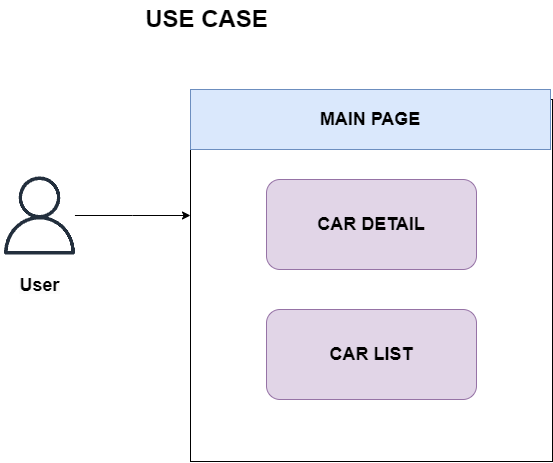
Earlier version of the draw.io export assets/CU.png (Tip-Grupo-6/kuruma-docs). Source tidied: cells renumbered, new cells last; positions are measured from the earlier drawing's top-left corner, leaving out a move shared by most shapes.
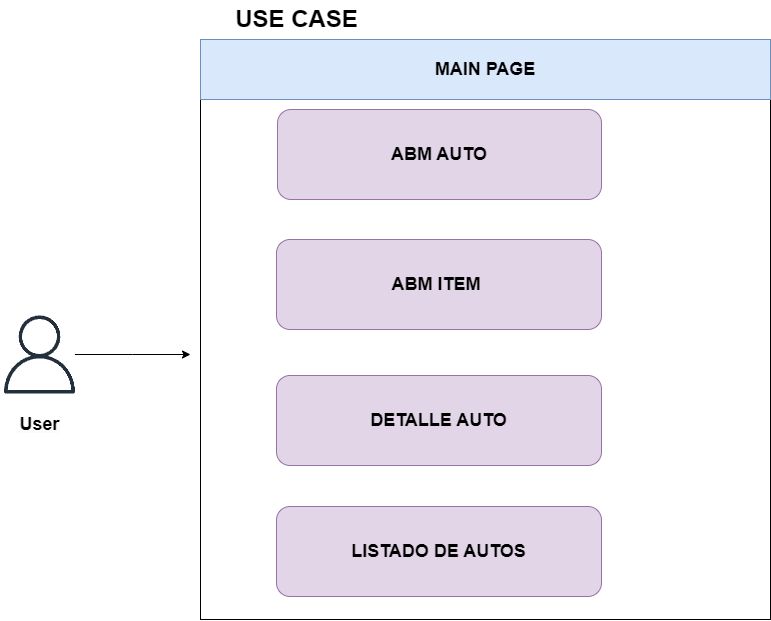
After the commit.

Commit message:
Update use cases and UMLÃ (#1)

What changed in the source:
```diff
@@ -16,23 +16,29 @@
     </mxCell>
     <mxCell id="4" style="edgeStyle=orthogonalEdgeStyle;rounded=0;jettySize=auto;html=1;" parent="1" edge="1" source="5">
       <mxGeometry relative="1" as="geometry">
-        <mxPoint x="190" y="216" as="targetPoint" />
+        <mxPoint x="100" y="355" as="targetPoint" />
       </mxGeometry>
     </mxCell>
     <mxCell id="5" value="&#10;&lt;b style=&quot;border-color: var(--border-color); color: rgb(0, 0, 0); font-family: Helvetica; font-size: 12px; font-style: normal; font-variant-ligatures: normal; font-variant-caps: normal; letter-spacing: normal; orphans: 2; text-indent: 0px; text-transform: none; widows: 2; word-spacing: 0px; -webkit-text-stroke-width: 0px; text-decoration-thickness: initial; text-decoration-style: initial; text-decoration-color: initial; text-align: center; background-color: rgb(251, 251, 251);&quot;&gt;&lt;font style=&quot;border-color: var(--border-color); font-size: 18px;&quot;&gt;User&lt;/font&gt;&lt;/b&gt;&#10;&#10;" style="sketch=0;outlineConnect=0;fontColor=#232F3E;gradientColor=none;fillColor=#232F3D;strokeColor=none;dashed=0;verticalLabelPosition=bottom;verticalAlign=top;align=center;html=1;fontSize=12;fontStyle=0;shape=mxgraph.aws4.user;" parent="1" vertex="1">
-      <mxGeometry y="177" width="78" height="78" as="geometry" />
+      <mxGeometry x="-90" y="316" width="78" height="78" as="geometry" />
     </mxCell>
     <mxCell id="6" style="whiteSpace=wrap;html=1;" parent="1" vertex="1">
-      <mxGeometry x="190" y="100" width="362" height="362" as="geometry" />
+      <mxGeometry x="110" y="50" width="570" height="570" as="geometry" />
     </mxCell>
     <mxCell id="7" value="&lt;b&gt;&lt;font style=&quot;font-size: 18px;&quot;&gt;MAIN PAGE&lt;/font&gt;&lt;/b&gt;" style="rounded=0;whiteSpace=wrap;html=1;fillColor=#dae8fc;strokeColor=#6c8ebf;" parent="1" vertex="1">
-      <mxGeometry x="190" y="90" width="360" height="60" as="geometry" />
+      <mxGeometry x="110" y="40" width="570" height="60" as="geometry" />
     </mxCell>
-    <mxCell id="8" value="&lt;b&gt;&lt;font style=&quot;font-size: 18px;&quot;&gt;CAR DETAIL&lt;/font&gt;&lt;/b&gt;" style="rounded=1;whiteSpace=wrap;html=1;fillColor=#e1d5e7;strokeColor=#9673a6;" parent="1" vertex="1">
-      <mxGeometry x="266" y="180" width="210" height="90" as="geometry" />
+    <mxCell id="8" value="&lt;b&gt;&lt;font style=&quot;font-size: 18px;&quot;&gt;DETALLE AUTO&lt;/font&gt;&lt;/b&gt;" style="rounded=1;whiteSpace=wrap;html=1;fillColor=#e1d5e7;strokeColor=#9673a6;" parent="1" vertex="1">
+      <mxGeometry x="186" y="376" width="325" height="90" as="geometry" />
     </mxCell>
-    <mxCell id="9" value="&lt;span style=&quot;font-size: 18px;&quot;&gt;&lt;b&gt;CAR LIST&lt;/b&gt;&lt;/span&gt;" style="rounded=1;whiteSpace=wrap;html=1;fillColor=#e1d5e7;strokeColor=#9673a6;" parent="1" vertex="1">
-      <mxGeometry x="266" y="310" width="210" height="90" as="geometry" />
+    <mxCell id="9" value="&lt;span style=&quot;font-size: 18px;&quot;&gt;&lt;b&gt;LISTADO DE AUTOS&lt;/b&gt;&lt;/span&gt;" style="rounded=1;whiteSpace=wrap;html=1;fillColor=#e1d5e7;strokeColor=#9673a6;" parent="1" vertex="1">
+      <mxGeometry x="186" y="507" width="325" height="90" as="geometry" />
     </mxCell>
+    <mxCell id="10" value="&lt;span style=&quot;font-size: 18px;&quot;&gt;&lt;b&gt;ABM AUTO&lt;/b&gt;&lt;/span&gt;" style="rounded=1;whiteSpace=wrap;html=1;fillColor=#e1d5e7;strokeColor=#9673a6;" parent="1" vertex="1">
+      <mxGeometry x="187" y="110" width="324" height="90" as="geometry" />
+    </mxCell>
+    <mxCell id="11" value="&lt;b&gt;&lt;font style=&quot;font-size: 18px;&quot;&gt;ABM ITEM&amp;nbsp;&lt;/font&gt;&lt;/b&gt;" style="rounded=1;whiteSpace=wrap;html=1;fillColor=#e1d5e7;strokeColor=#9673a6;" parent="1" vertex="1">
+      <mxGeometry x="186" y="240" width="325" height="90" as="geometry" />
+    </mxCell>
   </root>
 </mxGraphModel>
```
